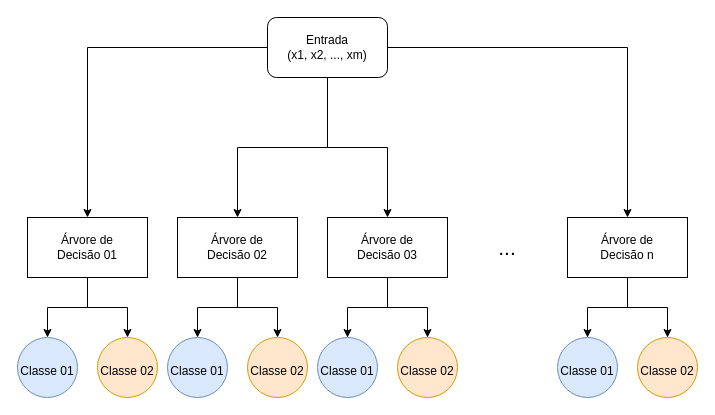
Earlier version of the draw.io diagram avc-text/RandomForest (1).drawio (ViniPilan/avc-modeling). Source tidied: cells renumbered, new cells numbered last; positions are measured from the earlier drawing's top-left corner, leaving out a move shared by most shapes. Both pictures are drawn from the tidied source at 100%, with x=0, y=0 at pixel (17, 17).
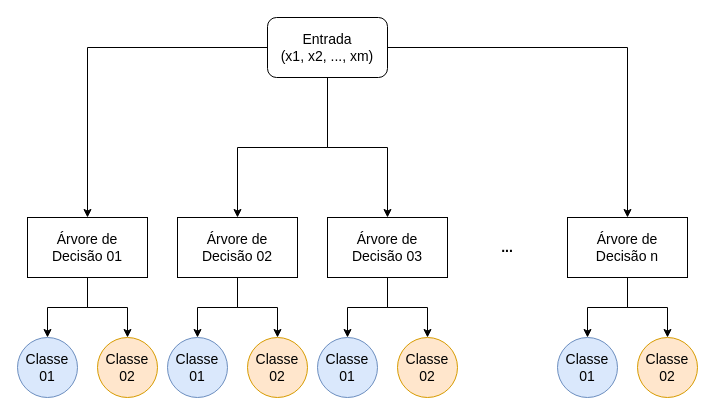
The same diagram, later.

Change to the diagram source:
```diff
@@
-    <mxCell id="2" style="edgeStyle=orthogonalEdgeStyle;rounded=0;jettySize=auto;html=1;fontSize=12;" parent="1" edge="1" source="4" target="22">
+    <mxCell id="2" style="edgeStyle=orthogonalEdgeStyle;rounded=0;jettySize=auto;html=1;fontSize=14;" parent="1" edge="1" source="4" target="22">
       <mxGeometry relative="1" as="geometry" />
     </mxCell>
-    <mxCell id="3" style="edgeStyle=orthogonalEdgeStyle;rounded=0;jettySize=auto;html=1;fontSize=12;" parent="1" edge="1" source="4" target="23">
+    <mxCell id="3" style="edgeStyle=orthogonalEdgeStyle;rounded=0;jettySize=auto;html=1;fontSize=14;" parent="1" edge="1" source="4" target="23">
       <mxGeometry relative="1" as="geometry" />
     </mxCell>
-    <mxCell id="4" value="Árvore de&lt;br&gt;Decisão 02" style="rounded=0;whiteSpace=wrap;html=1;" parent="1" vertex="1">
+    <mxCell id="4" value="Árvore de&lt;br style=&quot;font-size: 14px;&quot;&gt;Decisão 02" style="rounded=0;whiteSpace=wrap;html=1;fontSize=14;" parent="1" vertex="1">
       <mxGeometry x="160" y="200" width="120" height="60" as="geometry" />
     </mxCell>
-    <mxCell id="5" style="edgeStyle=orthogonalEdgeStyle;rounded=0;jettySize=auto;html=1;fontSize=12;" parent="1" edge="1" source="7" target="20">
+    <mxCell id="5" style="edgeStyle=orthogonalEdgeStyle;rounded=0;jettySize=auto;html=1;fontSize=14;" parent="1" edge="1" source="7" target="20">
       <mxGeometry relative="1" as="geometry" />
     </mxCell>
-    <mxCell id="6" style="edgeStyle=orthogonalEdgeStyle;rounded=0;jettySize=auto;html=1;fontSize=12;" parent="1" edge="1" source="7" target="21">
+    <mxCell id="6" style="edgeStyle=orthogonalEdgeStyle;rounded=0;jettySize=auto;html=1;fontSize=14;" parent="1" edge="1" source="7" target="21">
       <mxGeometry relative="1" as="geometry" />
     </mxCell>
-    <mxCell id="7" value="Árvore de &lt;br&gt;Decisão 01" style="rounded=0;whiteSpace=wrap;html=1;" parent="1" vertex="1">
+    <mxCell id="7" value="Árvore de &lt;br style=&quot;font-size: 14px;&quot;&gt;Decisão 01" style="rounded=0;whiteSpace=wrap;html=1;fontSize=14;" parent="1" vertex="1">
       <mxGeometry x="10" y="200" width="120" height="60" as="geometry" />
     </mxCell>
-    <mxCell id="8" style="edgeStyle=orthogonalEdgeStyle;rounded=0;jettySize=auto;html=1;fontSize=12;" parent="1" edge="1" source="10" target="24">
+    <mxCell id="8" style="edgeStyle=orthogonalEdgeStyle;rounded=0;jettySize=auto;html=1;fontSize=14;" parent="1" edge="1" source="10" target="24">
       <mxGeometry relative="1" as="geometry" />
     </mxCell>
-    <mxCell id="9" style="edgeStyle=orthogonalEdgeStyle;rounded=0;jettySize=auto;html=1;fontSize=12;" parent="1" edge="1" source="10" target="25">
+    <mxCell id="9" style="edgeStyle=orthogonalEdgeStyle;rounded=0;jettySize=auto;html=1;fontSize=14;" parent="1" edge="1" source="10" target="25">
       <mxGeometry relative="1" as="geometry" />
     </mxCell>
-    <mxCell id="10" value="Árvore de&lt;br&gt;Decisão 03" style="rounded=0;whiteSpace=wrap;html=1;" parent="1" vertex="1">
+    <mxCell id="10" value="Árvore de&lt;br style=&quot;font-size: 14px;&quot;&gt;Decisão 03" style="rounded=0;whiteSpace=wrap;html=1;fontSize=14;" parent="1" vertex="1">
       <mxGeometry x="310" y="200" width="120" height="60" as="geometry" />
     </mxCell>
-    <mxCell id="11" style="edgeStyle=orthogonalEdgeStyle;rounded=0;jettySize=auto;html=1;entryX=0.5;entryY=0;entryDx=0;entryDy=0;fontSize=12;" parent="1" edge="1" source="13" target="26">
+    <mxCell id="11" style="edgeStyle=orthogonalEdgeStyle;rounded=0;jettySize=auto;html=1;entryX=0.5;entryY=0;entryDx=0;entryDy=0;fontSize=14;" parent="1" edge="1" source="13" target="26">
       <mxGeometry relative="1" as="geometry" />
     </mxCell>
-    <mxCell id="12" style="edgeStyle=orthogonalEdgeStyle;rounded=0;jettySize=auto;html=1;entryX=0.5;entryY=0;entryDx=0;entryDy=0;fontSize=12;" parent="1" edge="1" source="13" target="27">
+    <mxCell id="12" style="edgeStyle=orthogonalEdgeStyle;rounded=0;jettySize=auto;html=1;entryX=0.5;entryY=0;entryDx=0;entryDy=0;fontSize=14;" parent="1" edge="1" source="13" target="27">
       <mxGeometry relative="1" as="geometry" />
     </mxCell>
-    <mxCell id="13" value="Árvore de&lt;br&gt;Decisão n" style="rounded=0;whiteSpace=wrap;html=1;" parent="1" vertex="1">
+    <mxCell id="13" value="Árvore de&lt;br style=&quot;font-size: 14px;&quot;&gt;Decisão n" style="rounded=0;whiteSpace=wrap;html=1;fontSize=14;" parent="1" vertex="1">
       <mxGeometry x="550" y="200" width="120" height="60" as="geometry" />
     </mxCell>
-    <mxCell id="14" style="edgeStyle=orthogonalEdgeStyle;rounded=0;jettySize=auto;html=1;entryX=0.5;entryY=0;entryDx=0;entryDy=0;" parent="1" edge="1" source="18" target="7">
+    <mxCell id="14" style="edgeStyle=orthogonalEdgeStyle;rounded=0;jettySize=auto;html=1;entryX=0.5;entryY=0;entryDx=0;entryDy=0;fontSize=14;" parent="1" edge="1" source="18" target="7">
       <mxGeometry relative="1" as="geometry" />
     </mxCell>
-    <mxCell id="15" style="edgeStyle=orthogonalEdgeStyle;rounded=0;jettySize=auto;html=1;entryX=0.5;entryY=0;entryDx=0;entryDy=0;" parent="1" edge="1" source="18" target="4">
+    <mxCell id="15" style="edgeStyle=orthogonalEdgeStyle;rounded=0;jettySize=auto;html=1;entryX=0.5;entryY=0;entryDx=0;entryDy=0;fontSize=14;" parent="1" edge="1" source="18" target="4">
       <mxGeometry relative="1" as="geometry" />
     </mxCell>
-    <mxCell id="16" style="edgeStyle=orthogonalEdgeStyle;rounded=0;jettySize=auto;html=1;entryX=0.5;entryY=0;entryDx=0;entryDy=0;" parent="1" edge="1" source="18" target="10">
+    <mxCell id="16" style="edgeStyle=orthogonalEdgeStyle;rounded=0;jettySize=auto;html=1;entryX=0.5;entryY=0;entryDx=0;entryDy=0;fontSize=14;" parent="1" edge="1" source="18" target="10">
       <mxGeometry relative="1" as="geometry" />
     </mxCell>
-    <mxCell id="17" style="edgeStyle=orthogonalEdgeStyle;rounded=0;jettySize=auto;html=1;" parent="1" edge="1" source="18" target="13">
+    <mxCell id="17" style="edgeStyle=orthogonalEdgeStyle;rounded=0;jettySize=auto;html=1;fontSize=14;" parent="1" edge="1" source="18" target="13">
       <mxGeometry relative="1" as="geometry" />
     </mxCell>
-    <mxCell id="18" value="Entrada&lt;br&gt;(x1, x2, ..., xm)" style="rounded=1;whiteSpace=wrap;html=1;" parent="1" vertex="1">
+    <mxCell id="18" value="Entrada&lt;br style=&quot;font-size: 14px;&quot;&gt;(x1, x2, ..., xm)" style="rounded=1;whiteSpace=wrap;html=1;fontSize=14;" parent="1" vertex="1">
       <mxGeometry x="250" width="120" height="60" as="geometry" />
     </mxCell>
-    <mxCell id="19" value="&lt;font style=&quot;font-size: 21px;&quot;&gt;...&lt;/font&gt;" style="text;html=1;strokeColor=none;fillColor=none;align=center;verticalAlign=middle;whiteSpace=wrap;rounded=0;" parent="1" vertex="1">
+    <mxCell id="19" value="&lt;font style=&quot;font-size: 14px;&quot;&gt;...&lt;/font&gt;" style="text;html=1;strokeColor=none;fillColor=none;align=center;verticalAlign=middle;whiteSpace=wrap;rounded=0;fontSize=14;fontStyle=1;" parent="1" vertex="1">
       <mxGeometry x="460" y="215" width="60" height="30" as="geometry" />
     </mxCell>
-    <mxCell id="20" value="&lt;font style=&quot;font-size: 12px;&quot;&gt;Classe 01&lt;/font&gt;" style="ellipse;whiteSpace=wrap;html=1;fontSize=21;fillColor=#dae8fc;strokeColor=#6c8ebf;" parent="1" vertex="1">
+    <mxCell id="20" value="&lt;font style=&quot;font-size: 14px;&quot;&gt;Classe 01&lt;/font&gt;" style="ellipse;whiteSpace=wrap;html=1;fontSize=14;fillColor=#dae8fc;strokeColor=#6c8ebf;" parent="1" vertex="1">
       <mxGeometry y="320" width="60" height="60" as="geometry" />
     </mxCell>
-    <mxCell id="21" value="&lt;font style=&quot;font-size: 12px;&quot;&gt;Classe 02&lt;/font&gt;" style="ellipse;whiteSpace=wrap;html=1;fontSize=21;fillColor=#ffe6cc;strokeColor=#d79b00;" parent="1" vertex="1">
+    <mxCell id="21" value="&lt;font style=&quot;font-size: 14px;&quot;&gt;Classe 02&lt;/font&gt;" style="ellipse;whiteSpace=wrap;html=1;fontSize=14;fillColor=#ffe6cc;strokeColor=#d79b00;" parent="1" vertex="1">
       <mxGeometry x="80" y="320" width="60" height="60" as="geometry" />
     </mxCell>
-    <mxCell id="22" value="&lt;font style=&quot;font-size: 12px;&quot;&gt;Classe 01&lt;/font&gt;" style="ellipse;whiteSpace=wrap;html=1;fontSize=21;fillColor=#dae8fc;strokeColor=#6c8ebf;" parent="1" vertex="1">
+    <mxCell id="22" value="&lt;font style=&quot;font-size: 14px;&quot;&gt;Classe 01&lt;/font&gt;" style="ellipse;whiteSpace=wrap;html=1;fontSize=14;fillColor=#dae8fc;strokeColor=#6c8ebf;" parent="1" vertex="1">
       <mxGeometry x="150" y="320" width="60" height="60" as="geometry" />
     </mxCell>
-    <mxCell id="23" value="&lt;font style=&quot;font-size: 12px;&quot;&gt;Classe 02&lt;/font&gt;" style="ellipse;whiteSpace=wrap;html=1;fontSize=21;fillColor=#ffe6cc;strokeColor=#d79b00;" parent="1" vertex="1">
+    <mxCell id="23" value="&lt;font style=&quot;font-size: 14px;&quot;&gt;Classe 02&lt;/font&gt;" style="ellipse;whiteSpace=wrap;html=1;fontSize=14;fillColor=#ffe6cc;strokeColor=#d79b00;" parent="1" vertex="1">
       <mxGeometry x="230" y="320" width="60" height="60" as="geometry" />
     </mxCell>
-    <mxCell id="24" value="&lt;font style=&quot;font-size: 12px;&quot;&gt;Classe 01&lt;/font&gt;" style="ellipse;whiteSpace=wrap;html=1;fontSize=21;fillColor=#dae8fc;strokeColor=#6c8ebf;" parent="1" vertex="1">
+    <mxCell id="24" value="&lt;font style=&quot;font-size: 14px;&quot;&gt;Classe 01&lt;/font&gt;" style="ellipse;whiteSpace=wrap;html=1;fontSize=14;fillColor=#dae8fc;strokeColor=#6c8ebf;" parent="1" vertex="1">
       <mxGeometry x="300" y="320" width="60" height="60" as="geometry" />
     </mxCell>
-    <mxCell id="25" value="&lt;font style=&quot;font-size: 12px;&quot;&gt;Classe 02&lt;/font&gt;" style="ellipse;whiteSpace=wrap;html=1;fontSize=21;fillColor=#ffe6cc;strokeColor=#d79b00;" parent="1" vertex="1">
+    <mxCell id="25" value="&lt;font style=&quot;font-size: 14px;&quot;&gt;Classe 02&lt;/font&gt;" style="ellipse;whiteSpace=wrap;html=1;fontSize=14;fillColor=#ffe6cc;strokeColor=#d79b00;" parent="1" vertex="1">
       <mxGeometry x="380" y="320" width="60" height="60" as="geometry" />
     </mxCell>
-    <mxCell id="26" value="&lt;font style=&quot;font-size: 12px;&quot;&gt;Classe 01&lt;/font&gt;" style="ellipse;whiteSpace=wrap;html=1;fontSize=21;fillColor=#dae8fc;strokeColor=#6c8ebf;" parent="1" vertex="1">
+    <mxCell id="26" value="&lt;font style=&quot;font-size: 14px;&quot;&gt;Classe 01&lt;/font&gt;" style="ellipse;whiteSpace=wrap;html=1;fontSize=14;fillColor=#dae8fc;strokeColor=#6c8ebf;" parent="1" vertex="1">
       <mxGeometry x="540" y="320" width="60" height="60" as="geometry" />
     </mxCell>
-    <mxCell id="27" value="&lt;font style=&quot;font-size: 12px;&quot;&gt;Classe 02&lt;/font&gt;" style="ellipse;whiteSpace=wrap;html=1;fontSize=21;fillColor=#ffe6cc;strokeColor=#d79b00;" parent="1" vertex="1">
+    <mxCell id="27" value="&lt;font style=&quot;font-size: 14px;&quot;&gt;Classe 02&lt;/font&gt;" style="ellipse;whiteSpace=wrap;html=1;fontSize=14;fillColor=#ffe6cc;strokeColor=#d79b00;" parent="1" vertex="1">
       <mxGeometry x="620" y="320" width="60" height="60" as="geometry" />
     </mxCell>
```
